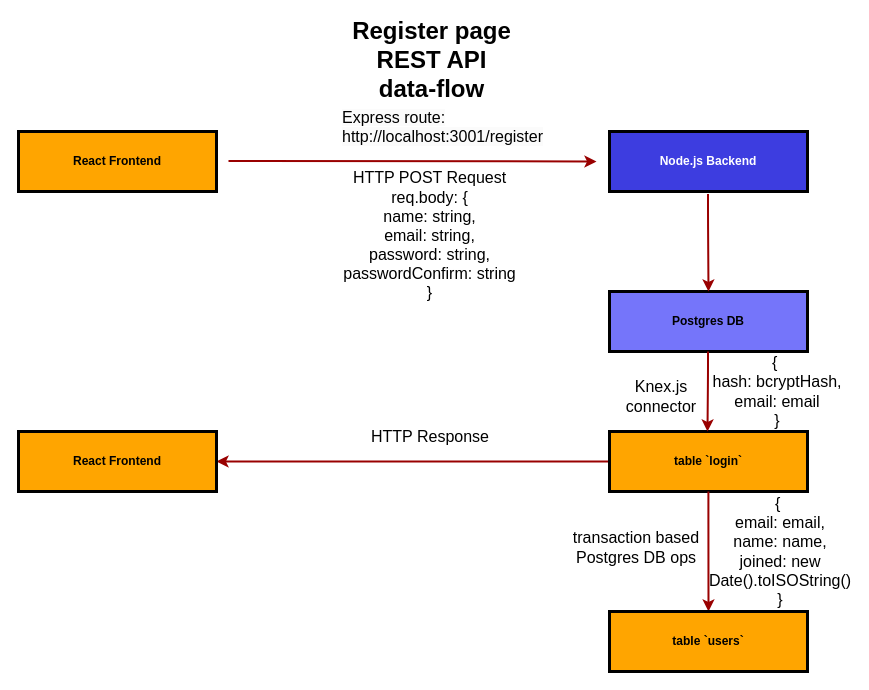
Before: page "App1-Clarifai-Register-page" (1 of 19) of Diagrams.drawio in PhoenixYork166/draw.io, a draw.io diagram. Source tidied: cells renumbered, new cells numbered last; positions are measured from the earlier drawing's top-left corner, leaving out a move shared by most shapes. Both pictures are drawn from the tidied source at 100%, with x=0, y=0 at pixel (18, 40).
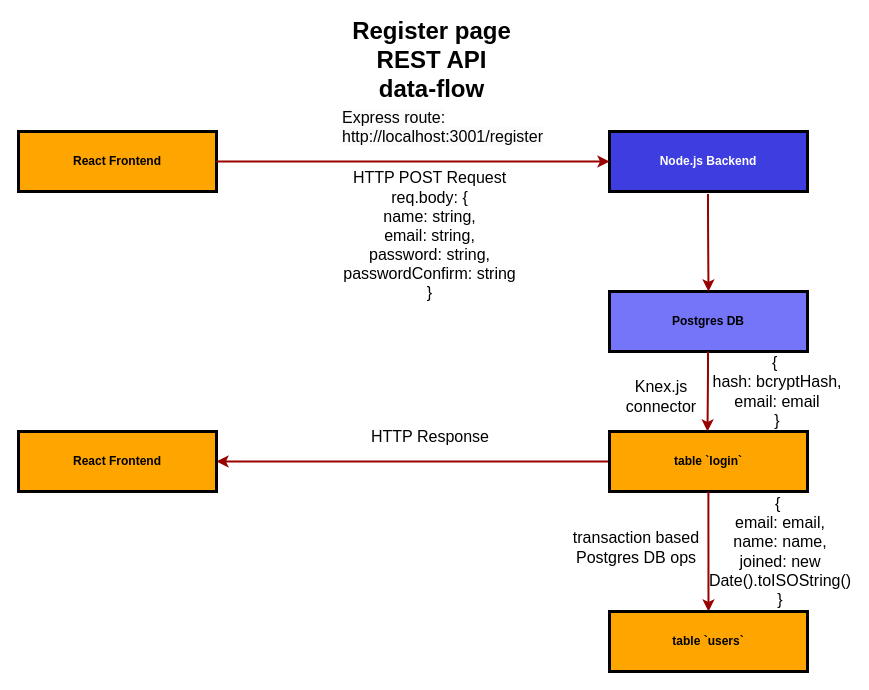
The same diagram, later.

Unchanged cells that the change refers to:
```xml
<mxCell id="5" value="Node.js Backend" style="whiteSpace=wrap;align=center;verticalAlign=middle;fontStyle=1;strokeWidth=3;fillColor=#3d3de0;fontColor=#ffffff;" parent="1" vertex="1">
  <mxGeometry x="591" y="91" width="198" height="60" as="geometry" />
</mxCell>
<mxCell id="6" value="React Frontend" style="whiteSpace=wrap;align=center;verticalAlign=middle;fontStyle=1;strokeWidth=3;fillColor=#FFA500;" parent="1" vertex="1">
  <mxGeometry y="91" width="198" height="60" as="geometry" />
</mxCell>
```

The edit, as a diff of the source:
```diff
@@
-    <mxCell id="7" style="edgeStyle=elbowEdgeStyle;elbow=vertical;strokeColor=#990000;strokeWidth=2;" parent="1" edge="1">
+    <mxCell id="7" style="edgeStyle=elbowEdgeStyle;elbow=vertical;strokeColor=#990000;strokeWidth=2;exitX=1;exitY=0.5;exitDx=0;exitDy=0;entryX=0;entryY=0.5;entryDx=0;entryDy=0;" parent="1" edge="1" source="6" target="5">
       <mxGeometry relative="1" as="geometry">
-        <mxPoint x="210" y="120.4" as="sourcePoint" />
-        <mxPoint x="578" y="121" as="targetPoint" />
         <Array as="points">
           <mxPoint x="578" y="121" />
         </Array>
       </mxGeometry>
     </mxCell>
```
